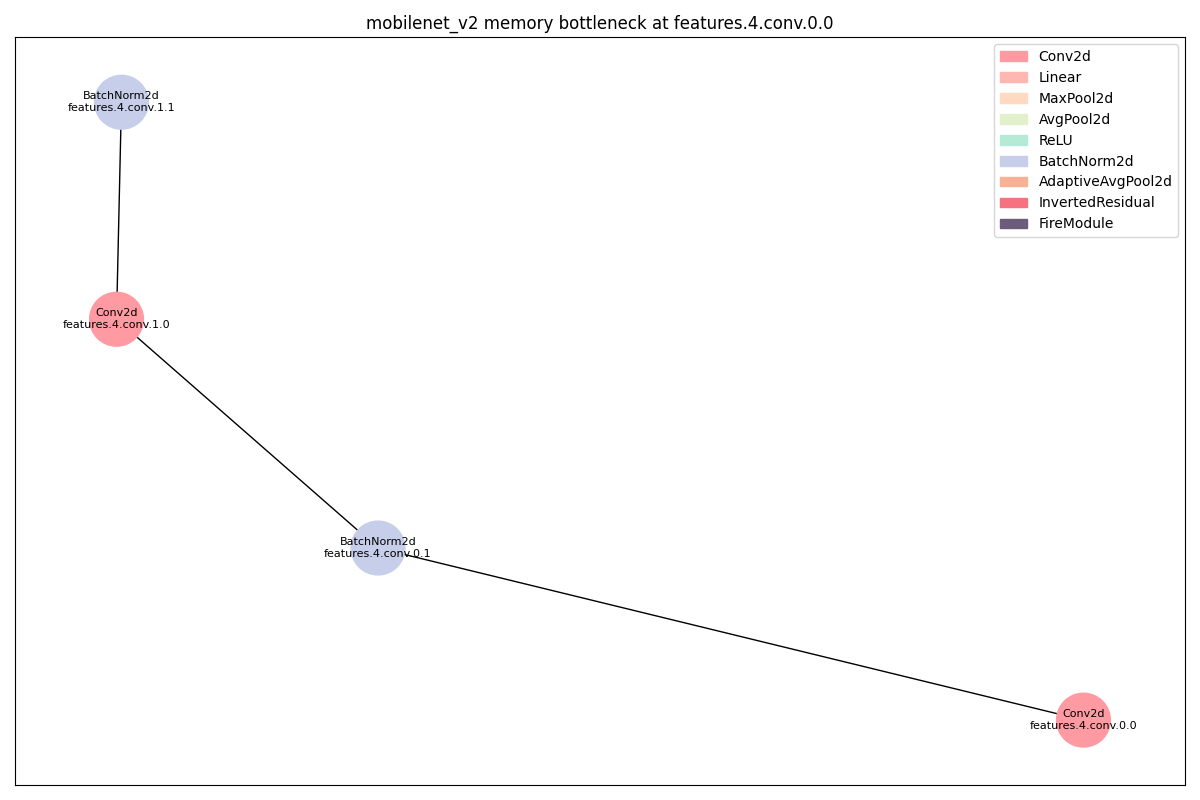
Earlier version of the Graphviz export dags/mobilenet_v2_memory_features_4_conv_0_0_op.png (11222-Meng/DNN_Bottlen_Layer_Analysis). Its source is kept beside it as dags/mobilenet_v2_memory_features_4_conv_0_0_op.dot.
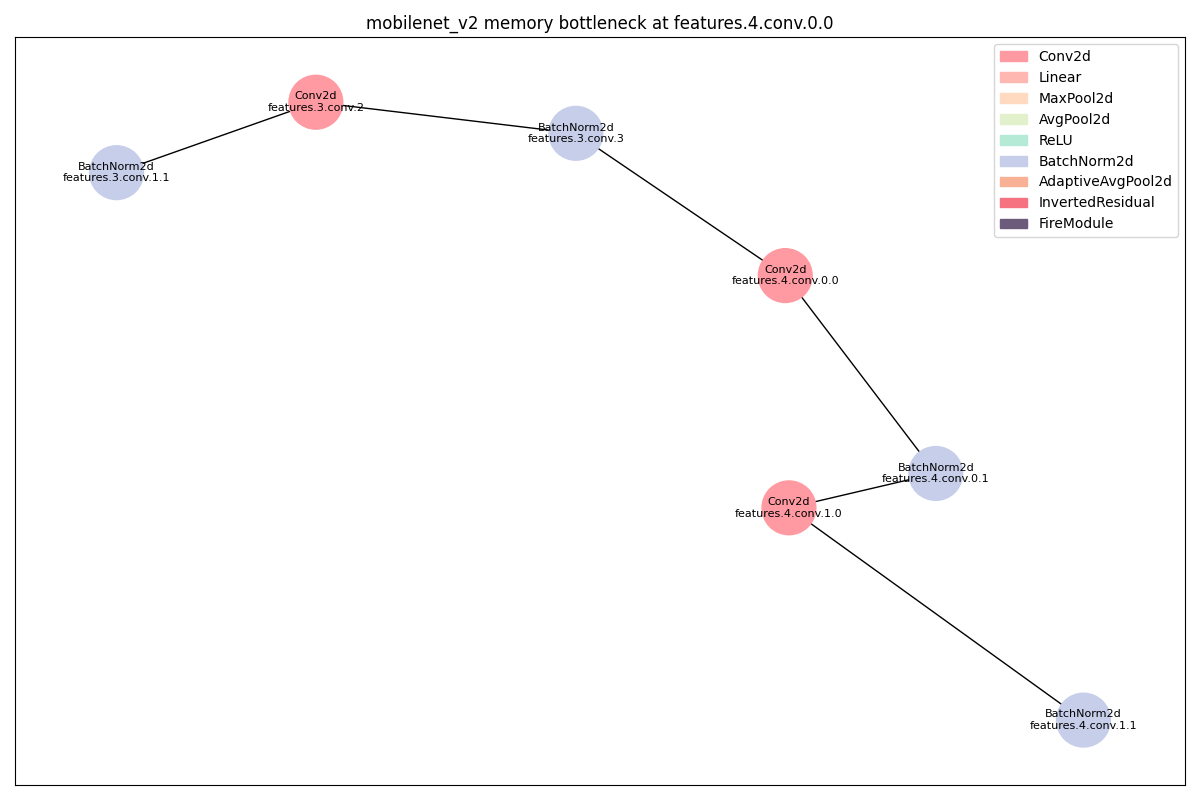
Later version of the same file.

What changed in the source:
```diff
@@ -1,21 +1,36 @@
 strict digraph "" {
+	BatchNorm2d_0	[color="#C7CEEA",
+		layer_name="features.3.conv.1.1",
+		params=288,
+		type=BatchNorm2d];
 	Conv2d_0	[color="#FF9AA2",
+		layer_name="features.3.conv.2",
+		params=3456,
+		type=Conv2d];
+	BatchNorm2d_0 -> Conv2d_0;
+	BatchNorm2d_1	[color="#C7CEEA",
+		layer_name="features.3.conv.3",
+		params=48,
+		type=BatchNorm2d];
+	Conv2d_0 -> BatchNorm2d_1;
+	Conv2d_1	[color="#FF9AA2",
 		layer_name="features.4.conv.0.0",
 		params=3456,
 		type=Conv2d];
-	BatchNorm2d_0	[color="#C7CEEA",
+	BatchNorm2d_1 -> Conv2d_1;
+	BatchNorm2d_2	[color="#C7CEEA",
 		layer_name="features.4.conv.0.1",
 		params=288,
 		type=BatchNorm2d];
-	Conv2d_0 -> BatchNorm2d_0;
-	Conv2d_1	[color="#FF9AA2",
+	Conv2d_1 -> BatchNorm2d_2;
+	Conv2d_2	[color="#FF9AA2",
 		layer_name="features.4.conv.1.0",
 		params=1296,
 		type=Conv2d];
-	BatchNorm2d_0 -> Conv2d_1;
-	BatchNorm2d_1	[color="#C7CEEA",
+	BatchNorm2d_2 -> Conv2d_2;
+	BatchNorm2d_3	[color="#C7CEEA",
 		layer_name="features.4.conv.1.1",
 		params=288,
 		type=BatchNorm2d];
-	Conv2d_1 -> BatchNorm2d_1;
+	Conv2d_2 -> BatchNorm2d_3;
 }
```
